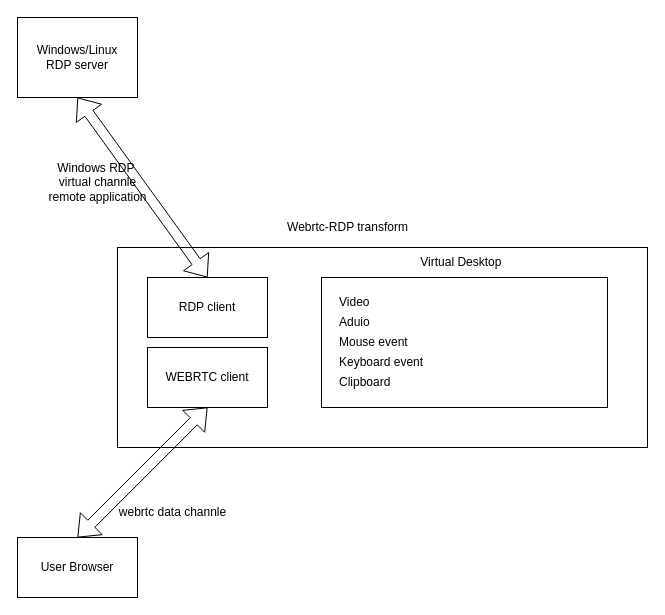
Earlier version of the draw.io diagram appstream.drawio (Fruneng/drawio-storage). Source tidied: cells renumbered, new cells numbered last; positions are measured from the earlier drawing's top-left corner, leaving out a move shared by most shapes. Both pictures are drawn from the tidied source at 100%, with x=0, y=0 at pixel (17, 17).
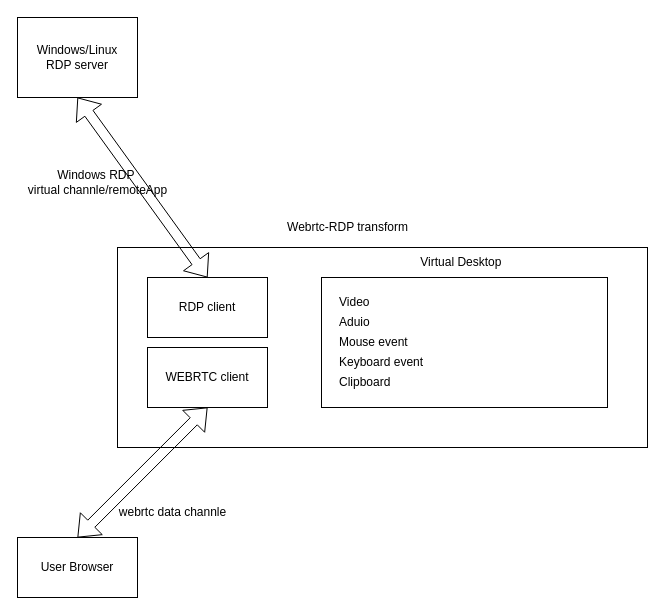
The same page after the edit.

The edit, as a diff of the source:
```diff
@@
 <mxGraphModel>
   <root>
     <mxCell id="0" />
     <mxCell id="1" parent="0" />
     <mxCell id="2" value="Windows/Linux&lt;br&gt;RDP server" style="rounded=0;whiteSpace=wrap;html=1;" parent="1" vertex="1">
       <mxGeometry width="120" height="80" as="geometry" />
     </mxCell>
     <mxCell id="3" style="shape=flexArrow;endArrow=classic;startArrow=classic;html=1;rounded=0;entryX=0.5;entryY=1;entryDx=0;entryDy=0;exitX=0.5;exitY=0;exitDx=0;exitDy=0;" parent="1" edge="1" source="6" target="2">
       <mxGeometry relative="1" as="geometry" />
     </mxCell>
     <mxCell id="4" style="rounded=0;whiteSpace=wrap;html=1;fillColor=none;" parent="1" vertex="1">
       <mxGeometry x="100" y="230" width="530" height="200" as="geometry" />
     </mxCell>
     <mxCell id="5" value="Webrtc-RDP transform" style="text;html=1;align=center;verticalAlign=middle;strokeColor=none;fillColor=none;" parent="1" vertex="1">
       <mxGeometry x="260" y="195" width="140" height="30" as="geometry" />
     </mxCell>
     <mxCell id="6" value="RDP client" style="rounded=0;whiteSpace=wrap;html=1;fillColor=none;" parent="1" vertex="1">
       <mxGeometry x="130" y="260" width="120" height="60" as="geometry" />
     </mxCell>
     <mxCell id="7" style="rounded=0;whiteSpace=wrap;html=1;fillColor=none;" parent="1" vertex="1">
       <mxGeometry x="304" y="260" width="286" height="130" as="geometry" />
     </mxCell>
     <mxCell id="8" value="&lt;span style=&quot;text-align: start;&quot;&gt;Virtual&amp;nbsp;&lt;/span&gt;&lt;span style=&quot;background-color: initial; text-align: start;&quot;&gt;Desktop&amp;nbsp;&lt;/span&gt;&lt;span style=&quot;text-align: start;&quot;&gt;&lt;br&gt;&lt;/span&gt;" style="text;html=1;align=center;verticalAlign=middle;strokeColor=none;fillColor=none;" parent="1" vertex="1">
       <mxGeometry x="390" y="230" width="110" height="30" as="geometry" />
     </mxCell>
     <mxCell id="9" value="Video" style="text;html=1;align=left;verticalAlign=middle;strokeColor=none;fillColor=none;" parent="1" vertex="1">
       <mxGeometry x="320" y="270" width="50" height="30" as="geometry" />
     </mxCell>
     <mxCell id="10" value="Aduio" style="text;html=1;align=left;verticalAlign=middle;strokeColor=none;fillColor=none;" parent="1" vertex="1">
       <mxGeometry x="320" y="290" width="50" height="30" as="geometry" />
     </mxCell>
     <mxCell id="11" value="Mouse event" style="text;html=1;align=left;verticalAlign=middle;strokeColor=none;fillColor=none;" parent="1" vertex="1">
       <mxGeometry x="320" y="310" width="90" height="30" as="geometry" />
     </mxCell>
     <mxCell id="12" value="Keyboard event" style="text;html=1;align=left;verticalAlign=middle;strokeColor=none;fillColor=none;" parent="1" vertex="1">
       <mxGeometry x="320" y="330" width="110" height="30" as="geometry" />
     </mxCell>
     <mxCell id="13" value="WEBRTC client" style="rounded=0;whiteSpace=wrap;html=1;fillColor=none;" parent="1" vertex="1">
       <mxGeometry x="130" y="330" width="120" height="60" as="geometry" />
     </mxCell>
     <mxCell id="14" value="User Browser" style="rounded=0;whiteSpace=wrap;html=1;fillColor=none;" parent="1" vertex="1">
       <mxGeometry y="520" width="120" height="60" as="geometry" />
     </mxCell>
     <mxCell id="15" style="shape=flexArrow;endArrow=classic;startArrow=classic;html=1;rounded=0;entryX=0.5;entryY=1;entryDx=0;entryDy=0;exitX=0.5;exitY=0;exitDx=0;exitDy=0;" parent="1" edge="1" source="14" target="13">
       <mxGeometry relative="1" as="geometry" />
     </mxCell>
     <mxCell id="16" value="Clipboard" style="text;html=1;align=left;verticalAlign=middle;strokeColor=none;fillColor=none;" parent="1" vertex="1">
       <mxGeometry x="320" y="350" width="70" height="30" as="geometry" />
     </mxCell>
-    <mxCell id="17" value="Windows RDP&amp;nbsp;&lt;br&gt;virtual channle&lt;br&gt;remote application" style="text;html=1;align=center;verticalAlign=middle;strokeColor=none;fillColor=none;" parent="1" vertex="1">
-      <mxGeometry x="20" y="135" width="120" height="60" as="geometry" />
+    <mxCell id="17" value="Windows RDP&amp;nbsp;&lt;br&gt;virtual channle/remoteApp" style="text;html=1;align=center;verticalAlign=middle;strokeColor=none;fillColor=none;" parent="1" vertex="1">
+      <mxGeometry y="145" width="160" height="40" as="geometry" />
     </mxCell>
     <mxCell id="18" value="webrtc data channle" style="text;html=1;align=center;verticalAlign=middle;strokeColor=none;fillColor=none;" parent="1" vertex="1">
       <mxGeometry x="90" y="480" width="130" height="30" as="geometry" />
     </mxCell>
   </root>
 </mxGraphModel>
```
